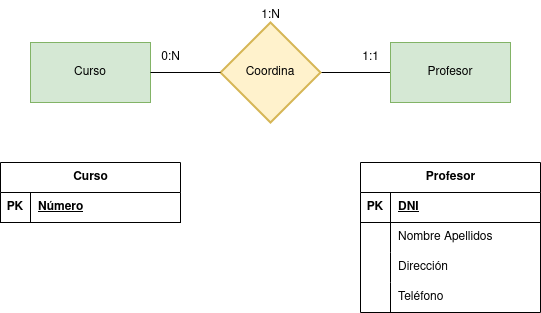
GermanOjeda/base-datos keeps this draw.io diagram as tareas 1/Ejercicio calificable docente (MR-2).drawio.png. Above is the earlier version. Source tidied: cells renumbered, new cells last; positions are measured from the earlier drawing's top-left corner, leaving out a move shared by most shapes.
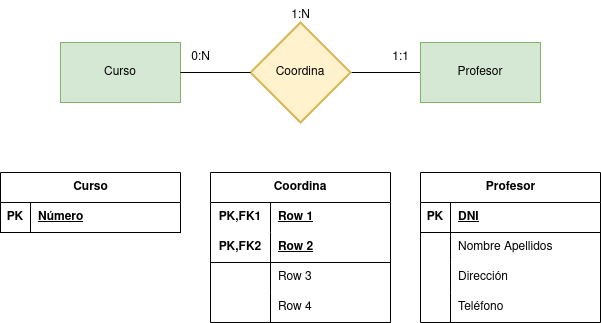
The same diagram one commit later.

Diff of the diagram source:
```diff
@@ -27,7 +27,7 @@
       <mxGeometry x="250" width="40" height="30" as="geometry" />
     </mxCell>
     <mxCell id="10" value="Curso" style="shape=table;startSize=30;rowLines=0;fontStyle=1;align=center;html=1;" parent="1" vertex="1">
-      <mxGeometry y="162" width="180" height="60" as="geometry" />
+      <mxGeometry x="-30" y="172" width="180" height="60" as="geometry" />
     </mxCell>
     <mxCell id="11" style="shape=tableRow;horizontal=0;startSize=0;swimlaneHead=0;swimlaneBody=0;fillColor=none;top=0;left=0;right=0;bottom=1;" parent="10" vertex="1">
       <mxGeometry y="30" width="180" height="30" as="geometry" />
@@ -39,7 +39,7 @@
       <mxGeometry x="30" width="150" height="30" as="geometry" />
     </mxCell>
     <mxCell id="14" value="Profesor" style="shape=table;startSize=30;rowLines=0;fontStyle=1;align=center;html=1;" parent="1" vertex="1">
-      <mxGeometry x="360" y="162" width="180" height="150" as="geometry" />
+      <mxGeometry x="390" y="172" width="180" height="150" as="geometry" />
     </mxCell>
     <mxCell id="15" style="shape=tableRow;horizontal=0;startSize=0;swimlaneHead=0;swimlaneBody=0;fillColor=none;top=0;left=0;right=0;bottom=1;" parent="14" vertex="1">
       <mxGeometry y="30" width="180" height="30" as="geometry" />
@@ -77,5 +77,44 @@
     <mxCell id="26" value="Teléfono" style="shape=partialRectangle;fillColor=none;top=0;left=0;bottom=0;right=0;align=left;spacingLeft=6;overflow=hidden;whiteSpace=wrap;html=1;" parent="24" vertex="1">
       <mxGeometry x="30" width="150" height="30" as="geometry" />
     </mxCell>
+    <mxCell id="27" value="Coordina" style="shape=table;startSize=30;rowLines=0;fontStyle=1;align=center;html=1;whiteSpace=wrap;" parent="1" vertex="1">
+      <mxGeometry x="180" y="172" width="180" height="150" as="geometry" />
+    </mxCell>
+    <mxCell id="28" style="shape=tableRow;horizontal=0;startSize=0;swimlaneHead=0;swimlaneBody=0;fillColor=none;top=0;left=0;right=0;bottom=0;html=1;" parent="27" vertex="1">
+      <mxGeometry y="30" width="180" height="30" as="geometry" />
+    </mxCell>
+    <mxCell id="29" value="PK,FK1" style="shape=partialRectangle;fillColor=none;top=0;left=0;bottom=0;right=0;fontStyle=1;overflow=hidden;html=1;whiteSpace=wrap;" parent="28" vertex="1">
+      <mxGeometry width="60" height="30" as="geometry" />
+    </mxCell>
+    <mxCell id="30" value="Row 1" style="shape=partialRectangle;fillColor=none;top=0;left=0;bottom=0;right=0;align=left;spacingLeft=6;fontStyle=5;overflow=hidden;html=1;whiteSpace=wrap;" parent="28" vertex="1">
+      <mxGeometry x="60" width="120" height="30" as="geometry" />
+    </mxCell>
+    <mxCell id="31" style="shape=tableRow;horizontal=0;startSize=0;swimlaneHead=0;swimlaneBody=0;fillColor=none;top=0;left=0;right=0;bottom=1;html=1;" parent="27" vertex="1">
+      <mxGeometry y="60" width="180" height="30" as="geometry" />
+    </mxCell>
+    <mxCell id="32" value="PK,FK2" style="shape=partialRectangle;fillColor=none;top=0;left=0;bottom=0;right=0;fontStyle=1;overflow=hidden;html=1;whiteSpace=wrap;" parent="31" vertex="1">
+      <mxGeometry width="60" height="30" as="geometry" />
+    </mxCell>
+    <mxCell id="33" value="Row 2" style="shape=partialRectangle;fillColor=none;top=0;left=0;bottom=0;right=0;align=left;spacingLeft=6;fontStyle=5;overflow=hidden;html=1;whiteSpace=wrap;" parent="31" vertex="1">
+      <mxGeometry x="60" width="120" height="30" as="geometry" />
+    </mxCell>
+    <mxCell id="34" style="shape=tableRow;horizontal=0;startSize=0;swimlaneHead=0;swimlaneBody=0;fillColor=none;top=0;left=0;right=0;bottom=0;html=1;" parent="27" vertex="1">
+      <mxGeometry y="90" width="180" height="30" as="geometry" />
+    </mxCell>
+    <mxCell id="35" style="shape=partialRectangle;fillColor=none;top=0;left=0;bottom=0;right=0;overflow=hidden;html=1;whiteSpace=wrap;" parent="34" vertex="1">
+      <mxGeometry width="60" height="30" as="geometry" />
+    </mxCell>
+    <mxCell id="36" value="Row 3" style="shape=partialRectangle;fillColor=none;top=0;left=0;bottom=0;right=0;align=left;spacingLeft=6;overflow=hidden;html=1;whiteSpace=wrap;" parent="34" vertex="1">
+      <mxGeometry x="60" width="120" height="30" as="geometry" />
+    </mxCell>
+    <mxCell id="37" style="shape=tableRow;horizontal=0;startSize=0;swimlaneHead=0;swimlaneBody=0;fillColor=none;top=0;left=0;right=0;bottom=0;html=1;" parent="27" vertex="1">
+      <mxGeometry y="120" width="180" height="30" as="geometry" />
+    </mxCell>
+    <mxCell id="38" style="shape=partialRectangle;fillColor=none;top=0;left=0;bottom=0;right=0;overflow=hidden;html=1;whiteSpace=wrap;" parent="37" vertex="1">
+      <mxGeometry width="60" height="30" as="geometry" />
+    </mxCell>
+    <mxCell id="39" value="Row 4" style="shape=partialRectangle;fillColor=none;top=0;left=0;bottom=0;right=0;align=left;spacingLeft=6;overflow=hidden;html=1;whiteSpace=wrap;" parent="37" vertex="1">
+      <mxGeometry x="60" width="120" height="30" as="geometry" />
+    </mxCell>
   </root>
 </mxGraphModel>
```
